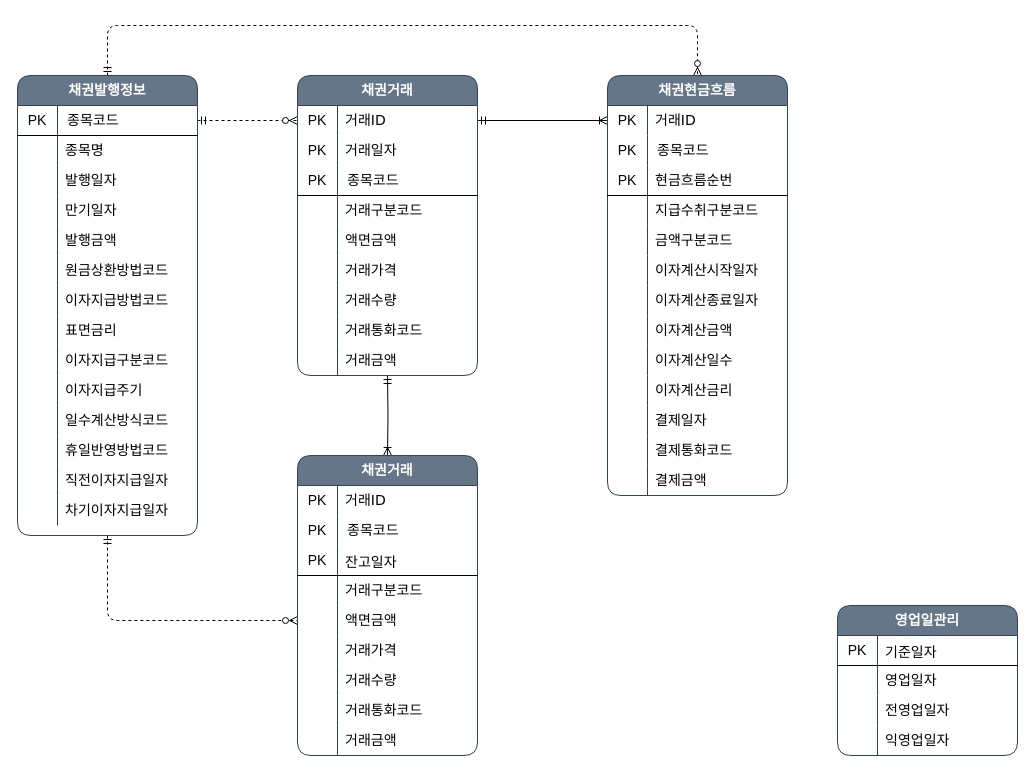
Above: 제목 없는 다이어그램.drawio in uuuuu-g/PurchaseBond (draw.io), before the change. Source tidied: cells renumbered, new cells numbered last; positions are measured from the earlier drawing's top-left corner, leaving out a move shared by most shapes. Both pictures are drawn from the tidied source at 100%, with x=0, y=0 at pixel (17, 25).
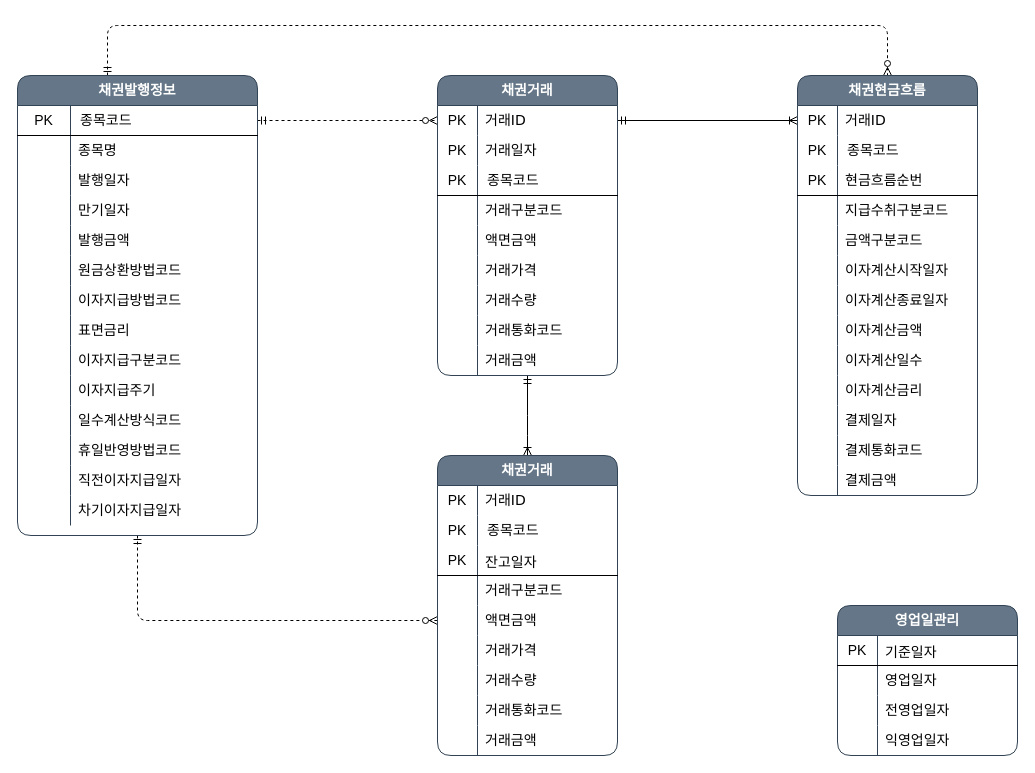
Above is the later version.

Commit message (it also covers changes not shown here):
제목 없는 다이어그램.drawio 업데이트

Unchanged cells that the change refers to:
```xml
<mxCell id="75" style="shape=partialRectangle;html=1;whiteSpace=wrap;fillColor=none;top=0;left=0;bottom=0;right=0;points=[[0,0.5],[1,0.5]];portConstraint=eastwest;fontSize=14;" parent="50" vertex="1">
  <mxGeometry y="270" width="180" height="30" as="geometry" />
</mxCell>
<mxCell id="91" style="shape=partialRectangle;html=1;whiteSpace=wrap;fillColor=none;top=0;left=0;bottom=0;right=0;points=[[0,0.5],[1,0.5]];portConstraint=eastwest;fontSize=14;" parent="78" vertex="1">
  <mxGeometry y="150" width="180" height="30" as="geometry" />
</mxCell>
```

What changed in the source:
```diff
@@
     <mxCell id="3" style="edgeStyle=orthogonalEdgeStyle;html=1;dashed=1;labelBackgroundColor=none;startArrow=ERmandOne;endArrow=ERzeroToMany;fontFamily=Verdana;fontSize=12;align=left;entryX=0;entryY=0.5;entryDx=0;entryDy=0;endFill=1;exitX=0.5;exitY=1;exitDx=0;exitDy=0;" parent="1" edge="1" source="7" target="91">
       <mxGeometry relative="1" as="geometry">
         <Array as="points">
-          <mxPoint x="90" y="595" />
+          <mxPoint x="120" y="595" />
         </Array>
       </mxGeometry>
     </mxCell>
-    <mxCell id="4" style="edgeStyle=orthogonalEdgeStyle;html=1;dashed=1;labelBackgroundColor=none;startArrow=ERmandOne;endArrow=ERzeroToMany;fontFamily=Verdana;fontSize=12;align=left;exitX=0.5;exitY=0;exitDx=0;exitDy=0;endFill=1;" parent="1" edge="1">
+    <mxCell id="4" style="edgeStyle=orthogonalEdgeStyle;html=1;dashed=1;labelBackgroundColor=none;startArrow=ERmandOne;endArrow=ERzeroToMany;fontFamily=Verdana;fontSize=12;align=left;exitX=0.5;exitY=0;exitDx=0;exitDy=0;endFill=1;entryX=0.5;entryY=0;entryDx=0;entryDy=0;" parent="1" edge="1" target="106">
       <mxGeometry relative="1" as="geometry">
         <mxPoint x="90" y="50" as="sourcePoint" />
-        <mxPoint x="680" y="50" as="targetPoint" />
         <Array as="points">
           <mxPoint x="90" />
-          <mxPoint x="680" />
+          <mxPoint x="870" />
         </Array>
       </mxGeometry>
     </mxCell>
@@
-    <mxCell id="6" style="edgeStyle=orthogonalEdgeStyle;html=1;labelBackgroundColor=none;startArrow=ERmandOne;endArrow=ERoneToMany;fontFamily=Verdana;fontSize=12;align=left;endFill=0;entryX=0.5;entryY=0;entryDx=0;entryDy=0;" parent="1" edge="1" target="78">
+    <mxCell id="6" style="edgeStyle=orthogonalEdgeStyle;html=1;labelBackgroundColor=none;startArrow=ERmandOne;endArrow=ERoneToMany;fontFamily=Verdana;fontSize=12;align=left;endFill=0;entryX=0.5;entryY=0;entryDx=0;entryDy=0;" parent="1" edge="1" source="75" target="78">
       <mxGeometry relative="1" as="geometry">
-        <mxPoint x="370" y="350" as="sourcePoint" />
+        <Array as="points">
+          <mxPoint x="510" y="400" />
+          <mxPoint x="510" y="400" />
+        </Array>
       </mxGeometry>
     </mxCell>
     <mxCell id="7" value="&lt;b style=&quot;text-align: left; font-size: 14px;&quot;&gt;채권발행정보&lt;/b&gt;" style="shape=table;html=1;whiteSpace=wrap;startSize=30;childLayout=tableLayout;rowLines=0;fontStyle=1;align=center;fontSize=14;fillColor=#647687;strokeColor=#314354;fontColor=#ffffff;rounded=1;shadow=0;sketch=0;fontFamily=Helvetica;" parent="1" vertex="1">
-      <mxGeometry y="50" width="180" height="460" as="geometry" />
+      <mxGeometry y="50" width="240" height="460" as="geometry" />
     </mxCell>
     <mxCell id="8" style="shape=partialRectangle;html=1;whiteSpace=wrap;fillColor=none;top=0;left=0;bottom=1;right=0;points=[[0,0.5],[1,0.5]];portConstraint=eastwest;" parent="7" vertex="1">
-      <mxGeometry y="30" width="180" height="30" as="geometry" />
+      <mxGeometry y="30" width="240" height="30" as="geometry" />
     </mxCell>
     <mxCell id="9" value="PK" style="shape=partialRectangle;html=1;whiteSpace=wrap;fillColor=none;top=0;left=0;bottom=0;right=0;overflow=hidden;fontSize=14;" parent="8" vertex="1">
-      <mxGeometry width="40" height="30" as="geometry" />
+      <mxGeometry width="53" height="30" as="geometry" />
     </mxCell>
     <mxCell id="10" value="&lt;table cellpadding=&quot;2&quot; cellspacing=&quot;0&quot; style=&quot;font-family: verdana; font-size: 14px; width: 180px;&quot;&gt;&lt;tbody style=&quot;font-size: 14px;&quot;&gt;&lt;tr style=&quot;font-size: 14px;&quot;&gt;&lt;td style=&quot;font-size: 14px;&quot;&gt;종목코드&lt;/td&gt;&lt;/tr&gt;&lt;tr style=&quot;font-size: 14px;&quot;&gt;&lt;/tr&gt;&lt;/tbody&gt;&lt;/table&gt;" style="shape=partialRectangle;html=1;whiteSpace=wrap;top=0;left=0;bottom=0;right=0;align=left;spacingLeft=6;overflow=hidden;fontSize=14;labelBackgroundColor=none;fillColor=none;" parent="8" vertex="1">
-      <mxGeometry x="40" width="140" height="30" as="geometry" />
+      <mxGeometry x="53" width="187" height="30" as="geometry" />
     </mxCell>
     <mxCell id="11" style="shape=partialRectangle;html=1;whiteSpace=wrap;fillColor=none;top=0;left=0;bottom=0;right=0;" parent="7" vertex="1">
-      <mxGeometry y="60" width="180" height="30" as="geometry" />
+      <mxGeometry y="60" width="240" height="30" as="geometry" />
     </mxCell>
     <mxCell id="12" style="shape=partialRectangle;html=1;whiteSpace=wrap;fillColor=none;top=0;left=0;bottom=0;right=0;overflow=hidden;" parent="11" vertex="1">
-      <mxGeometry width="40" height="30" as="geometry" />
+      <mxGeometry width="53" height="30" as="geometry" />
     </mxCell>
     <mxCell id="13" value="종목명" style="shape=partialRectangle;html=1;whiteSpace=wrap;fillColor=none;top=0;left=0;bottom=0;right=0;align=left;spacingLeft=6;overflow=hidden;fontSize=14;" parent="11" vertex="1">
-      <mxGeometry x="40" width="140" height="30" as="geometry" />
+      <mxGeometry x="53" width="187" height="30" as="geometry" />
     </mxCell>
     <mxCell id="14" style="shape=partialRectangle;html=1;whiteSpace=wrap;fillColor=none;top=0;left=0;bottom=0;right=0;fontSize=14;" parent="7" vertex="1">
-      <mxGeometry y="90" width="180" height="30" as="geometry" />
+      <mxGeometry y="90" width="240" height="30" as="geometry" />
     </mxCell>
     <mxCell id="15" style="shape=partialRectangle;html=1;whiteSpace=wrap;fillColor=none;top=0;left=0;bottom=0;right=0;overflow=hidden;" parent="14" vertex="1">
-      <mxGeometry width="40" height="30" as="geometry" />
+      <mxGeometry width="53" height="30" as="geometry" />
     </mxCell>
     <mxCell id="16" value="발행일자" style="shape=partialRectangle;html=1;whiteSpace=wrap;fillColor=none;top=0;left=0;bottom=0;right=0;align=left;spacingLeft=6;overflow=hidden;fontSize=14;" parent="14" vertex="1">
-      <mxGeometry x="40" width="140" height="30" as="geometry" />
+      <mxGeometry x="53" width="187" height="30" as="geometry" />
     </mxCell>
     <mxCell id="17" style="shape=partialRectangle;html=1;whiteSpace=wrap;fillColor=none;top=0;left=0;bottom=0;right=0;fontSize=14;" parent="7" vertex="1">
-      <mxGeometry y="120" width="180" height="30" as="geometry" />
+      <mxGeometry y="120" width="240" height="30" as="geometry" />
     </mxCell>
     <mxCell id="18" style="shape=partialRectangle;html=1;whiteSpace=wrap;fillColor=none;top=0;left=0;bottom=0;right=0;overflow=hidden;" parent="17" vertex="1">
-      <mxGeometry width="40" height="30" as="geometry" />
+      <mxGeometry width="53" height="30" as="geometry" />
     </mxCell>
     <mxCell id="19" value="만기일자" style="shape=partialRectangle;html=1;whiteSpace=wrap;fillColor=none;top=0;left=0;bottom=0;right=0;align=left;spacingLeft=6;overflow=hidden;fontSize=14;" parent="17" vertex="1">
-      <mxGeometry x="40" width="140" height="30" as="geometry" />
+      <mxGeometry x="53" width="187" height="30" as="geometry" />
     </mxCell>
     <mxCell id="20" style="shape=partialRectangle;html=1;whiteSpace=wrap;fillColor=none;top=0;left=0;bottom=0;right=0;fontSize=14;" parent="7" vertex="1">
-      <mxGeometry y="150" width="180" height="30" as="geometry" />
+      <mxGeometry y="150" width="240" height="30" as="geometry" />
     </mxCell>
     <mxCell id="21" style="shape=partialRectangle;html=1;whiteSpace=wrap;fillColor=none;top=0;left=0;bottom=0;right=0;overflow=hidden;" parent="20" vertex="1">
-      <mxGeometry width="40" height="30" as="geometry" />
+      <mxGeometry width="53" height="30" as="geometry" />
     </mxCell>
     <mxCell id="22" value="발행금액" style="shape=partialRectangle;html=1;whiteSpace=wrap;fillColor=none;top=0;left=0;bottom=0;right=0;align=left;spacingLeft=6;overflow=hidden;fontSize=14;" parent="20" vertex="1">
-      <mxGeometry x="40" width="140" height="30" as="geometry" />
+      <mxGeometry x="53" width="187" height="30" as="geometry" />
     </mxCell>
     <mxCell id="23" style="shape=partialRectangle;html=1;whiteSpace=wrap;fillColor=none;top=0;left=0;bottom=0;right=0;fontSize=14;" parent="7" vertex="1">
-      <mxGeometry y="180" width="180" height="30" as="geometry" />
+      <mxGeometry y="180" width="240" height="30" as="geometry" />
     </mxCell>
     <mxCell id="24" style="shape=partialRectangle;html=1;whiteSpace=wrap;fillColor=none;top=0;left=0;bottom=0;right=0;overflow=hidden;" parent="23" vertex="1">
-      <mxGeometry width="40" height="30" as="geometry" />
+      <mxGeometry width="53" height="30" as="geometry" />
     </mxCell>
     <mxCell id="25" value="원금상환방법코드" style="shape=partialRectangle;html=1;whiteSpace=wrap;fillColor=none;top=0;left=0;bottom=0;right=0;align=left;spacingLeft=6;overflow=hidden;fontSize=14;" parent="23" vertex="1">
-      <mxGeometry x="40" width="140" height="30" as="geometry" />
+      <mxGeometry x="53" width="187" height="30" as="geometry" />
     </mxCell>
     <mxCell id="26" style="shape=partialRectangle;html=1;whiteSpace=wrap;fillColor=none;top=0;left=0;bottom=0;right=0;fontSize=14;" parent="7" vertex="1">
-      <mxGeometry y="210" width="180" height="30" as="geometry" />
+      <mxGeometry y="210" width="240" height="30" as="geometry" />
     </mxCell>
     <mxCell id="27" style="shape=partialRectangle;html=1;whiteSpace=wrap;fillColor=none;top=0;left=0;bottom=0;right=0;overflow=hidden;" parent="26" vertex="1">
-      <mxGeometry width="40" height="30" as="geometry" />
+      <mxGeometry width="53" height="30" as="geometry" />
     </mxCell>
     <mxCell id="28" value="이자지급방법코드" style="shape=partialRectangle;html=1;whiteSpace=wrap;fillColor=none;top=0;left=0;bottom=0;right=0;align=left;spacingLeft=6;overflow=hidden;fontSize=14;" parent="26" vertex="1">
-      <mxGeometry x="40" width="140" height="30" as="geometry" />
+      <mxGeometry x="53" width="187" height="30" as="geometry" />
     </mxCell>
     <mxCell id="29" style="shape=partialRectangle;html=1;whiteSpace=wrap;fillColor=none;top=0;left=0;bottom=0;right=0;fontSize=14;" parent="7" vertex="1">
-      <mxGeometry y="240" width="180" height="30" as="geometry" />
+      <mxGeometry y="240" width="240" height="30" as="geometry" />
     </mxCell>
     <mxCell id="30" style="shape=partialRectangle;html=1;whiteSpace=wrap;fillColor=none;top=0;left=0;bottom=0;right=0;overflow=hidden;" parent="29" vertex="1">
-      <mxGeometry width="40" height="30" as="geometry" />
+      <mxGeometry width="53" height="30" as="geometry" />
     </mxCell>
     <mxCell id="31" value="표면금리" style="shape=partialRectangle;html=1;whiteSpace=wrap;fillColor=none;top=0;left=0;bottom=0;right=0;align=left;spacingLeft=6;overflow=hidden;fontSize=14;" parent="29" vertex="1">
-      <mxGeometry x="40" width="140" height="30" as="geometry" />
+      <mxGeometry x="53" width="187" height="30" as="geometry" />
     </mxCell>
     <mxCell id="32" style="shape=partialRectangle;html=1;whiteSpace=wrap;fillColor=none;top=0;left=0;bottom=0;right=0;fontSize=14;" parent="7" vertex="1">
-      <mxGeometry y="270" width="180" height="30" as="geometry" />
+      <mxGeometry y="270" width="240" height="30" as="geometry" />
     </mxCell>
     <mxCell id="33" style="shape=partialRectangle;html=1;whiteSpace=wrap;fillColor=none;top=0;left=0;bottom=0;right=0;overflow=hidden;" parent="32" vertex="1">
-      <mxGeometry width="40" height="30" as="geometry" />
+      <mxGeometry width="53" height="30" as="geometry" />
     </mxCell>
     <mxCell id="34" value="이자지급구분코드" style="shape=partialRectangle;html=1;whiteSpace=wrap;fillColor=none;top=0;left=0;bottom=0;right=0;align=left;spacingLeft=6;overflow=hidden;fontSize=14;" parent="32" vertex="1">
-      <mxGeometry x="40" width="140" height="30" as="geometry" />
+      <mxGeometry x="53" width="187" height="30" as="geometry" />
     </mxCell>
     <mxCell id="35" style="shape=partialRectangle;html=1;whiteSpace=wrap;fillColor=none;top=0;left=0;bottom=0;right=0;fontSize=14;" parent="7" vertex="1">
-      <mxGeometry y="300" width="180" height="30" as="geometry" />
+      <mxGeometry y="300" width="240" height="30" as="geometry" />
     </mxCell>
     <mxCell id="36" style="shape=partialRectangle;html=1;whiteSpace=wrap;fillColor=none;top=0;left=0;bottom=0;right=0;overflow=hidden;" parent="35" vertex="1">
-      <mxGeometry width="40" height="30" as="geometry" />
+      <mxGeometry width="53" height="30" as="geometry" />
     </mxCell>
     <mxCell id="37" value="이자지급주기" style="shape=partialRectangle;html=1;whiteSpace=wrap;fillColor=none;top=0;left=0;bottom=0;right=0;align=left;spacingLeft=6;overflow=hidden;fontSize=14;" parent="35" vertex="1">
-      <mxGeometry x="40" width="140" height="30" as="geometry" />
+      <mxGeometry x="53" width="187" height="30" as="geometry" />
     </mxCell>
     <mxCell id="38" style="shape=partialRectangle;html=1;whiteSpace=wrap;fillColor=none;top=0;left=0;bottom=0;right=0;fontSize=14;" parent="7" vertex="1">
-      <mxGeometry y="330" width="180" height="30" as="geometry" />
+      <mxGeometry y="330" width="240" height="30" as="geometry" />
     </mxCell>
     <mxCell id="39" style="shape=partialRectangle;html=1;whiteSpace=wrap;fillColor=none;top=0;left=0;bottom=0;right=0;overflow=hidden;" parent="38" vertex="1">
-      <mxGeometry width="40" height="30" as="geometry" />
+      <mxGeometry width="53" height="30" as="geometry" />
     </mxCell>
     <mxCell id="40" value="일수계산방식코드" style="shape=partialRectangle;html=1;whiteSpace=wrap;fillColor=none;top=0;left=0;bottom=0;right=0;align=left;spacingLeft=6;overflow=hidden;fontSize=14;" parent="38" vertex="1">
-      <mxGeometry x="40" width="140" height="30" as="geometry" />
+      <mxGeometry x="53" width="187" height="30" as="geometry" />
     </mxCell>
     <mxCell id="41" style="shape=partialRectangle;html=1;whiteSpace=wrap;fillColor=none;top=0;left=0;bottom=0;right=0;fontSize=14;" parent="7" vertex="1">
-      <mxGeometry y="360" width="180" height="30" as="geometry" />
+      <mxGeometry y="360" width="240" height="30" as="geometry" />
     </mxCell>
     <mxCell id="42" style="shape=partialRectangle;html=1;whiteSpace=wrap;fillColor=none;top=0;left=0;bottom=0;right=0;overflow=hidden;" parent="41" vertex="1">
-      <mxGeometry width="40" height="30" as="geometry" />
+      <mxGeometry width="53" height="30" as="geometry" />
     </mxCell>
     <mxCell id="43" value="휴일반영방법코드" style="shape=partialRectangle;html=1;whiteSpace=wrap;fillColor=none;top=0;left=0;bottom=0;right=0;align=left;spacingLeft=6;overflow=hidden;fontSize=14;" parent="41" vertex="1">
-      <mxGeometry x="40" width="140" height="30" as="geometry" />
+      <mxGeometry x="53" width="187" height="30" as="geometry" />
     </mxCell>
     <mxCell id="44" style="shape=partialRectangle;html=1;whiteSpace=wrap;fillColor=none;top=0;left=0;bottom=0;right=0;fontSize=14;" parent="7" vertex="1">
-      <mxGeometry y="390" width="180" height="30" as="geometry" />
+      <mxGeometry y="390" width="240" height="30" as="geometry" />
     </mxCell>
     <mxCell id="45" style="shape=partialRectangle;html=1;whiteSpace=wrap;fillColor=none;top=0;left=0;bottom=0;right=0;overflow=hidden;" parent="44" vertex="1">
-      <mxGeometry width="40" height="30" as="geometry" />
+      <mxGeometry width="53" height="30" as="geometry" />
     </mxCell>
     <mxCell id="46" value="직전이자지급일자" style="shape=partialRectangle;html=1;whiteSpace=wrap;fillColor=none;top=0;left=0;bottom=0;right=0;align=left;spacingLeft=6;overflow=hidden;fontSize=14;" parent="44" vertex="1">
-      <mxGeometry x="40" width="140" height="30" as="geometry" />
+      <mxGeometry x="53" width="187" height="30" as="geometry" />
     </mxCell>
     <mxCell id="47" style="shape=partialRectangle;html=1;whiteSpace=wrap;fillColor=none;top=0;left=0;bottom=0;right=0;fontSize=14;" parent="7" vertex="1">
-      <mxGeometry y="420" width="180" height="30" as="geometry" />
+      <mxGeometry y="420" width="240" height="30" as="geometry" />
     </mxCell>
     <mxCell id="48" style="shape=partialRectangle;html=1;whiteSpace=wrap;fillColor=none;top=0;left=0;bottom=0;right=0;overflow=hidden;" parent="47" vertex="1">
-      <mxGeometry width="40" height="30" as="geometry" />
+      <mxGeometry width="53" height="30" as="geometry" />
     </mxCell>
     <mxCell id="49" value="차기이자지급일자" style="shape=partialRectangle;html=1;whiteSpace=wrap;fillColor=none;top=0;left=0;bottom=0;right=0;align=left;spacingLeft=6;overflow=hidden;fontSize=14;" parent="47" vertex="1">
-      <mxGeometry x="40" width="140" height="30" as="geometry" />
+      <mxGeometry x="53" width="187" height="30" as="geometry" />
     </mxCell>
     <mxCell id="50" value="&lt;div style=&quot;text-align: left&quot;&gt;&lt;span&gt;채권거래&lt;/span&gt;&lt;/div&gt;" style="shape=table;html=1;whiteSpace=wrap;startSize=30;childLayout=tableLayout;rowLines=0;fontStyle=1;align=center;fontSize=14;fillColor=#647687;strokeColor=#314354;fontColor=#ffffff;rounded=1;shadow=0;sketch=0;fontFamily=Helvetica;" parent="1" vertex="1">
-      <mxGeometry x="280" y="50" width="180" height="300" as="geometry" />
+      <mxGeometry x="420" y="50" width="180" height="300" as="geometry" />
     </mxCell>
@@
     <mxCell id="78" value="&lt;div style=&quot;text-align: left&quot;&gt;&lt;span&gt;채권거래&lt;/span&gt;&lt;/div&gt;" style="shape=table;html=1;whiteSpace=wrap;startSize=30;childLayout=tableLayout;rowLines=0;fontStyle=1;align=center;fontSize=14;fillColor=#647687;strokeColor=#314354;fontColor=#ffffff;rounded=1;shadow=0;sketch=0;fontFamily=Helvetica;" parent="1" vertex="1">
-      <mxGeometry x="280" y="430" width="180" height="300" as="geometry" />
+      <mxGeometry x="420" y="430" width="180" height="300" as="geometry" />
     </mxCell>
@@
     <mxCell id="106" value="&lt;div style=&quot;text-align: left&quot;&gt;&lt;span&gt;채권현금흐름&lt;/span&gt;&lt;/div&gt;" style="shape=table;html=1;whiteSpace=wrap;startSize=30;childLayout=tableLayout;rowLines=0;fontStyle=1;align=center;fontSize=14;fillColor=#647687;strokeColor=#314354;fontColor=#ffffff;rounded=1;shadow=0;sketch=0;fontFamily=Helvetica;" parent="1" vertex="1">
-      <mxGeometry x="590" y="50" width="180" height="420" as="geometry" />
+      <mxGeometry x="780" y="50" width="180" height="420" as="geometry" />
     </mxCell>
```
